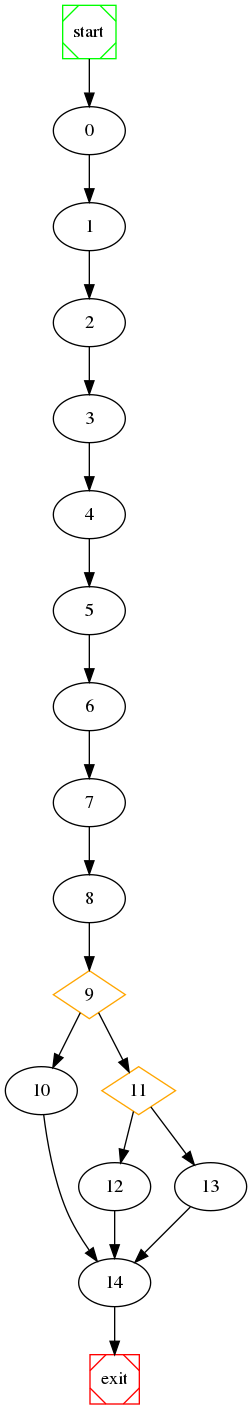
This is wpc/raw_graph.png from NabeelQaiser/BTP_2k18-19, a Graphviz export, as it was before one commit. Its source is kept beside it as wpc/raw_graph.dot.
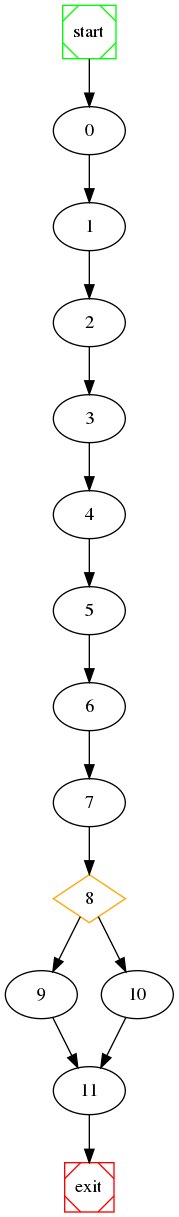
Later version of the same file.

What changed in the source:
```diff
@@ -8,18 +8,13 @@
 	4 -> 5 ;
 	5 -> 6 ;
 	6 -> 7 ;
+	8 [shape=diamond, color=orange] ;
+	8 -> 9 ;
+	8 -> 10 ;
 	7 -> 8 ;
-	9 [shape=diamond, color=orange] ;
-	9 -> 10 ;
-	11 [shape=diamond, color=orange] ;
 	9 -> 11 ;
-	11 -> 12 ;
-	11 -> 13 ;
-	8 -> 9 ;
-	12 -> 14 ;
-	13 -> 14 ;
-	10 -> 14 ;
-	14 -> exit;
+	10 -> 11 ;
+	11 -> exit;
 
 	start [shape=Msquare, color=green];
 	exit [shape=Msquare, color=red];
```
